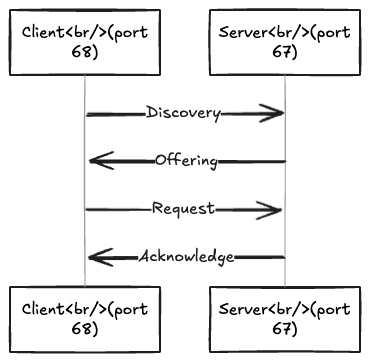
Earlier version of the Excalidraw export dhcp-sequence.excalidraw.png (bjenning04/foam). Source tidied: one line per element, renumbered; positions are measured from the earlier drawing's top-left corner, leaving out a move shared by most shapes.
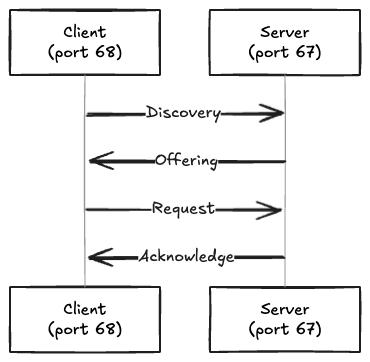
After the commit.

The edit, as a diff of the source:
```diff
@@ -8,10 +8,10 @@
 {"id": 7, "type": "arrow", "strokeColor": "#1e1e1e", "strokeWidth": 2, "roughness": 1, "endArrowhead": "arrow", "round": true, "x": 274, "y": 151, "width": 194, "height": 0, "points": [[0, 0], [-194, 0]]}
 {"id": 8, "type": "arrow", "strokeColor": "#1e1e1e", "strokeWidth": 2, "roughness": 1, "endArrowhead": "arrow", "round": true, "x": 76, "y": 199, "width": 194, "height": 0, "points": [[0, 0], [194, 0]]}
 {"id": 9, "type": "arrow", "strokeColor": "#1e1e1e", "strokeWidth": 2, "roughness": 1, "endArrowhead": "arrow", "round": true, "x": 274, "y": 247, "width": 194, "height": 0, "points": [[0, 0], [-194, 0]]}
-{"id": 10, "type": "text", "text": "Client<br/>(port\n68)", "strokeColor": "#000", "strokeWidth": 2, "roughness": 1, "fontSize": 16, "fontFamily": 5, "textAlign": "center", "verticalAlign": "middle", "inside": 0, "x": 12, "y": 12, "width": 127, "height": 40}
+{"id": 10, "type": "text", "text": "Client\n(port 68)", "strokeColor": "#000", "strokeWidth": 2, "roughness": 1, "fontSize": 16, "fontFamily": 5, "textAlign": "center", "verticalAlign": "middle", "inside": 0, "x": 38, "y": 12, "width": 74, "height": 40}
-{"id": 11, "type": "text", "text": "Client<br/>(port\n68)", "strokeColor": "#000", "strokeWidth": 2, "roughness": 1, "fontSize": 16, "fontFamily": 5, "textAlign": "center", "verticalAlign": "middle", "inside": 1, "x": 12, "y": 290, "width": 127, "height": 40}
+{"id": 11, "type": "text", "text": "Client\n(port 68)", "strokeColor": "#000", "strokeWidth": 2, "roughness": 1, "fontSize": 16, "fontFamily": 5, "textAlign": "center", "verticalAlign": "middle", "inside": 1, "x": 38, "y": 290, "width": 74, "height": 40}
-{"id": 12, "type": "text", "text": "Server<br/>(port\n67)", "strokeColor": "#000", "strokeWidth": 2, "roughness": 1, "fontSize": 16, "fontFamily": 5, "textAlign": "center", "verticalAlign": "middle", "inside": 2, "x": 209, "y": 12, "width": 132, "height": 40}
+{"id": 12, "type": "text", "text": "Server\n(port 67)", "strokeColor": "#000", "strokeWidth": 2, "roughness": 1, "fontSize": 16, "fontFamily": 5, "textAlign": "center", "verticalAlign": "middle", "inside": 2, "x": 238, "y": 13, "width": 73, "height": 40}
-{"id": 13, "type": "text", "text": "Server<br/>(port\n67)", "strokeColor": "#000", "strokeWidth": 2, "roughness": 1, "fontSize": 16, "fontFamily": 5, "textAlign": "center", "verticalAlign": "middle", "inside": 3, "x": 209, "y": 290, "width": 132, "height": 40}
+{"id": 13, "type": "text", "text": "Server\n(port 67)", "strokeColor": "#000", "strokeWidth": 2, "roughness": 1, "fontSize": 16, "fontFamily": 5, "textAlign": "center", "verticalAlign": "middle", "inside": 3, "x": 238, "y": 290, "width": 73, "height": 40}
 {"id": 14, "type": "text", "text": "Discovery", "strokeColor": "#1e1e1e", "strokeWidth": 2, "roughness": 1, "fontSize": 16, "fontFamily": 5, "textAlign": "center", "verticalAlign": "middle", "inside": 6, "x": 136, "y": 93, "width": 75, "height": 20}
 {"id": 15, "type": "text", "text": "Offering", "strokeColor": "#1e1e1e", "strokeWidth": 2, "roughness": 1, "fontSize": 16, "fontFamily": 5, "textAlign": "center", "verticalAlign": "middle", "inside": 7, "x": 145, "y": 141, "width": 63, "height": 20}
 {"id": 16, "type": "text", "text": "Request", "strokeColor": "#1e1e1e", "strokeWidth": 2, "roughness": 1, "fontSize": 16, "fontFamily": 5, "textAlign": "center", "verticalAlign": "middle", "inside": 8, "x": 142, "y": 189, "width": 64, "height": 20}
```
